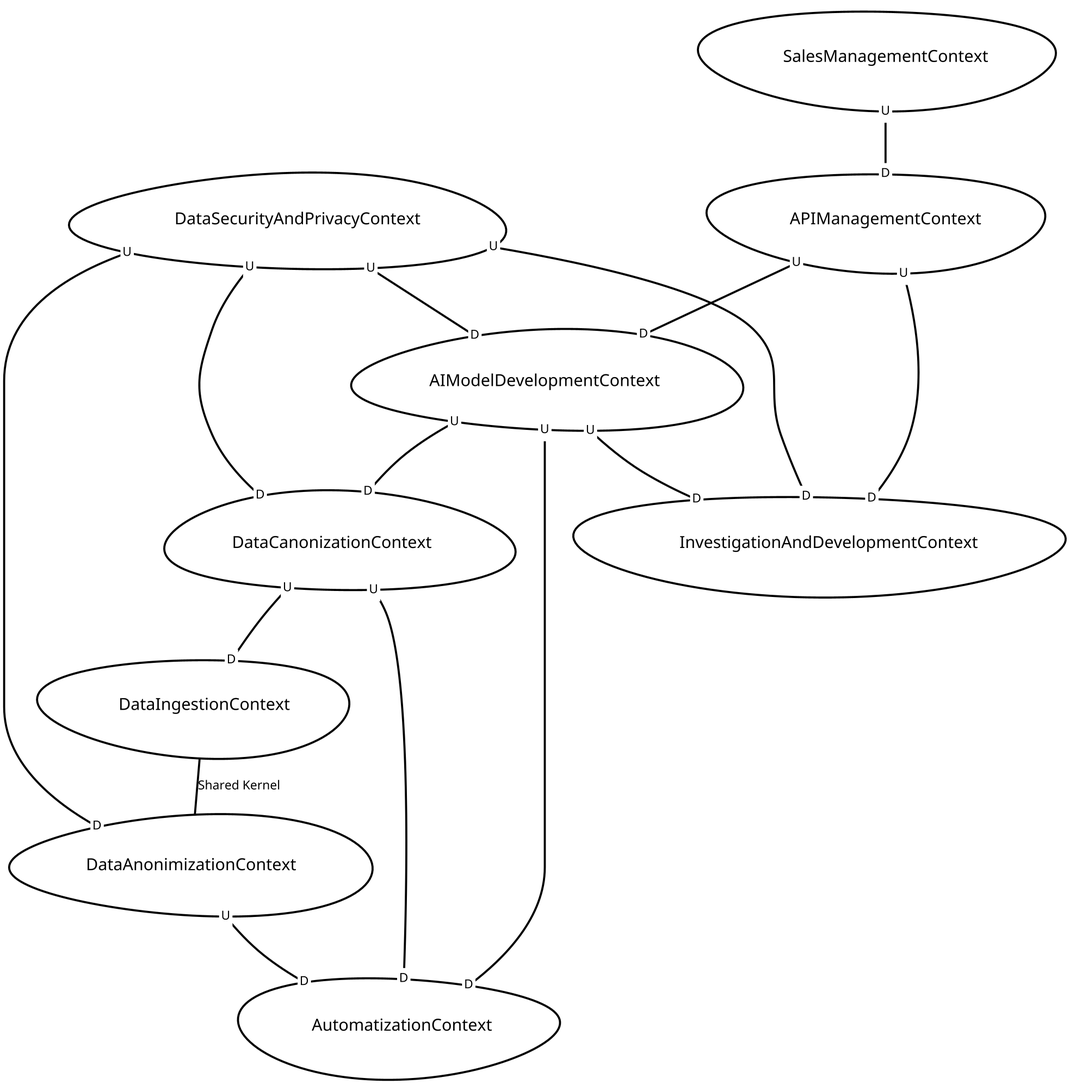
The Graphviz diagram src-gen/To-Be_ContextMap.png in caromerom1/apps-no-monoliticas, before a commit. Its source is kept beside it as src-gen/To-Be_ContextMap.gv.
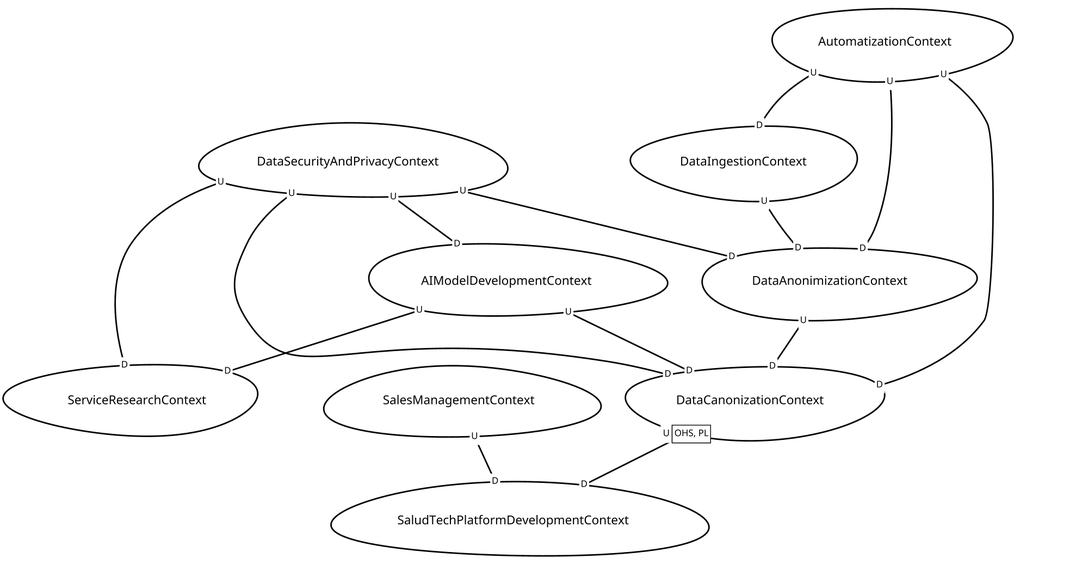
The same file after the commit.

Diff of the diagram source:
```diff
@@ -1,51 +1,55 @@
 digraph "ContextMapGraph" {
 graph ["imagepath"="/tmp/GraphvizJava"]
-"AIModelDevelopmentContext" ["margin"="0.3","orientation"="342","shape"="egg","fontsize"="16","style"="bold","label"="AIModelDevelopmentContext\n","fontname"="sans-serif"]
-"DataCanonizationContext" ["margin"="0.3","orientation"="1","shape"="egg","fontsize"="16","style"="bold","label"="DataCanonizationContext\n","fontname"="sans-serif"]
-"DataIngestionContext" ["margin"="0.3","orientation"="152","shape"="egg","fontsize"="16","style"="bold","label"="DataIngestionContext\n","fontname"="sans-serif"]
-"DataAnonimizationContext" ["margin"="0.3","orientation"="247","shape"="egg","fontsize"="16","style"="bold","label"="DataAnonimizationContext\n","fontname"="sans-serif"]
-"AutomatizationContext" ["margin"="0.3","orientation"="286","shape"="egg","fontsize"="16","style"="bold","label"="AutomatizationContext\n","fontname"="sans-serif"]
-"InvestigationAndDevelopmentContext" ["margin"="0.3","orientation"="109","shape"="egg","fontsize"="16","style"="bold","label"="InvestigationAndDevelopmentContext\n","fontname"="sans-serif"]
-"APIManagementContext" ["margin"="0.3","orientation"="168","shape"="egg","fontsize"="16","style"="bold","label"="APIManagementContext\n","fontname"="sans-serif"]
-"DataSecurityAndPrivacyContext" ["margin"="0.3","orientation"="345","shape"="egg","fontsize"="16","style"="bold","label"="DataSecurityAndPrivacyContext\n","fontname"="sans-serif"]
-"SalesManagementContext" ["margin"="0.3","orientation"="298","shape"="egg","fontsize"="16","style"="bold","label"="SalesManagementContext\n","fontname"="sans-serif"]
+"AIModelDevelopmentContext" ["margin"="0.3","orientation"="105","shape"="egg","fontsize"="16","style"="bold","label"="AIModelDevelopmentContext\n","fontname"="sans-serif"]
+"DataCanonizationContext" ["margin"="0.3","orientation"="182","shape"="egg","fontsize"="16","style"="bold","label"="DataCanonizationContext\n","fontname"="sans-serif"]
+"SaludTechPlatformDevelopmentContext" ["margin"="0.3","orientation"="40","shape"="egg","fontsize"="16","style"="bold","label"="SaludTechPlatformDevelopmentContext\n","fontname"="sans-serif"]
+"ServiceResearchContext" ["margin"="0.3","orientation"="26","shape"="egg","fontsize"="16","style"="bold","label"="ServiceResearchContext\n","fontname"="sans-serif"]
+"AutomatizationContext" ["margin"="0.3","orientation"="296","shape"="egg","fontsize"="16","style"="bold","label"="AutomatizationContext\n","fontname"="sans-serif"]
+"DataAnonimizationContext" ["margin"="0.3","orientation"="79","shape"="egg","fontsize"="16","style"="bold","label"="DataAnonimizationContext\n","fontname"="sans-serif"]
+"DataIngestionContext" ["margin"="0.3","orientation"="71","shape"="egg","fontsize"="16","style"="bold","label"="DataIngestionContext\n","fontname"="sans-serif"]
+"DataSecurityAndPrivacyContext" ["margin"="0.3","orientation"="79","shape"="egg","fontsize"="16","style"="bold","label"="DataSecurityAndPrivacyContext\n","fontname"="sans-serif"]
+"SalesManagementContext" ["margin"="0.3","orientation"="47","shape"="egg","fontsize"="16","style"="bold","label"="SalesManagementContext\n","fontname"="sans-serif"]
 "AIModelDevelopmentContext" -> "DataCanonizationContext" ["headlabel"=<<table cellspacing="0" cellborder="0" border="0">
 <tr><td bgcolor="white">D</td></tr>
 </table>>,"labeldistance"="0","fontsize"="12","taillabel"=<<table cellspacing="0" cellborder="0" border="0">
 <tr><td bgcolor="white">U</td></tr>
 </table>>,"style"="bold","label"="                                        ","dir"="none","fontname"="sans-serif"]
-"AIModelDevelopmentContext" -> "AutomatizationContext" ["headlabel"=<<table cellspacing="0" cellborder="0" border="0">
+"AIModelDevelopmentContext" -> "ServiceResearchContext" ["headlabel"=<<table cellspacing="0" cellborder="0" border="0">
 <tr><td bgcolor="white">D</td></tr>
 </table>>,"labeldistance"="0","fontsize"="12","taillabel"=<<table cellspacing="0" cellborder="0" border="0">
 <tr><td bgcolor="white">U</td></tr>
 </table>>,"style"="bold","label"="                                        ","dir"="none","fontname"="sans-serif"]
-"AIModelDevelopmentContext" -> "InvestigationAndDevelopmentContext" ["headlabel"=<<table cellspacing="0" cellborder="0" border="0">
+"DataCanonizationContext" -> "SaludTechPlatformDevelopmentContext" ["headlabel"=<<table cellspacing="0" cellborder="0" border="0">
+<tr><td bgcolor="white">D</td></tr>
+</table>>,"labeldistance"="0","fontsize"="12","taillabel"=<<table cellspacing="0" cellborder="1" border="0">
+<tr><td bgcolor="white" sides="r">U</td><td sides="trbl" bgcolor="white"><font>OHS, PL</font></td></tr>
+</table>>,"style"="bold","label"="                                        ","dir"="none","fontname"="sans-serif"]
+"AutomatizationContext" -> "DataCanonizationContext" ["headlabel"=<<table cellspacing="0" cellborder="0" border="0">
 <tr><td bgcolor="white">D</td></tr>
 </table>>,"labeldistance"="0","fontsize"="12","taillabel"=<<table cellspacing="0" cellborder="0" border="0">
 <tr><td bgcolor="white">U</td></tr>
 </table>>,"style"="bold","label"="                                        ","dir"="none","fontname"="sans-serif"]
-"DataCanonizationContext" -> "DataIngestionContext" ["headlabel"=<<table cellspacing="0" cellborder="0" border="0">
+"AutomatizationContext" -> "DataAnonimizationContext" ["headlabel"=<<table cellspacing="0" cellborder="0" border="0">
 <tr><td bgcolor="white">D</td></tr>
 </table>>,"labeldistance"="0","fontsize"="12","taillabel"=<<table cellspacing="0" cellborder="0" border="0">
 <tr><td bgcolor="white">U</td></tr>
 </table>>,"style"="bold","label"="                                        ","dir"="none","fontname"="sans-serif"]
-"DataCanonizationContext" -> "AutomatizationContext" ["headlabel"=<<table cellspacing="0" cellborder="0" border="0">
+"AutomatizationContext" -> "DataIngestionContext" ["headlabel"=<<table cellspacing="0" cellborder="0" border="0">
 <tr><td bgcolor="white">D</td></tr>
 </table>>,"labeldistance"="0","fontsize"="12","taillabel"=<<table cellspacing="0" cellborder="0" border="0">
 <tr><td bgcolor="white">U</td></tr>
 </table>>,"style"="bold","label"="                                        ","dir"="none","fontname"="sans-serif"]
-"DataIngestionContext" -> "DataAnonimizationContext" ["fontsize"="12","style"="bold","label"="Shared Kernel","dir"="none","fontname"="sans-serif"]
-"DataAnonimizationContext" -> "AutomatizationContext" ["headlabel"=<<table cellspacing="0" cellborder="0" border="0">
+"DataAnonimizationContext" -> "DataCanonizationContext" ["headlabel"=<<table cellspacing="0" cellborder="0" border="0">
 <tr><td bgcolor="white">D</td></tr>
 </table>>,"labeldistance"="0","fontsize"="12","taillabel"=<<table cellspacing="0" cellborder="0" border="0">
 <tr><td bgcolor="white">U</td></tr>
 </table>>,"style"="bold","label"="                                        ","dir"="none","fontname"="sans-serif"]
-"APIManagementContext" -> "InvestigationAndDevelopmentContext" ["headlabel"=<<table cellspacing="0" cellborder="0" border="0">
+"DataIngestionContext" -> "DataAnonimizationContext" ["headlabel"=<<table cellspacing="0" cellborder="0" border="0">
 <tr><td bgcolor="white">D</td></tr>
 </table>>,"labeldistance"="0","fontsize"="12","taillabel"=<<table cellspacing="0" cellborder="0" border="0">
 <tr><td bgcolor="white">U</td></tr>
 </table>>,"style"="bold","label"="                                        ","dir"="none","fontname"="sans-serif"]
-"APIManagementContext" -> "AIModelDevelopmentContext" ["headlabel"=<<table cellspacing="0" cellborder="0" border="0">
+"DataSecurityAndPrivacyContext" -> "AIModelDevelopmentContext" ["headlabel"=<<table cellspacing="0" cellborder="0" border="0">
 <tr><td bgcolor="white">D</td></tr>
 </table>>,"labeldistance"="0","fontsize"="12","taillabel"=<<table cellspacing="0" cellborder="0" border="0">
 <tr><td bgcolor="white">U</td></tr>
@@ -60,17 +64,12 @@
 </table>>,"labeldistance"="0","fontsize"="12","taillabel"=<<table cellspacing="0" cellborder="0" border="0">
 <tr><td bgcolor="white">U</td></tr>
 </table>>,"style"="bold","label"="                                        ","dir"="none","fontname"="sans-serif"]
-"DataSecurityAndPrivacyContext" -> "AIModelDevelopmentContext" ["headlabel"=<<table cellspacing="0" cellborder="0" border="0">
+"DataSecurityAndPrivacyContext" -> "ServiceResearchContext" ["headlabel"=<<table cellspacing="0" cellborder="0" border="0">
 <tr><td bgcolor="white">D</td></tr>
 </table>>,"labeldistance"="0","fontsize"="12","taillabel"=<<table cellspacing="0" cellborder="0" border="0">
 <tr><td bgcolor="white">U</td></tr>
 </table>>,"style"="bold","label"="                                        ","dir"="none","fontname"="sans-serif"]
-"DataSecurityAndPrivacyContext" -> "InvestigationAndDevelopmentContext" ["headlabel"=<<table cellspacing="0" cellborder="0" border="0">
-<tr><td bgcolor="white">D</td></tr>
-</table>>,"labeldistance"="0","fontsize"="12","taillabel"=<<table cellspacing="0" cellborder="0" border="0">
-<tr><td bgcolor="white">U</td></tr>
-</table>>,"style"="bold","label"="                                        ","dir"="none","fontname"="sans-serif"]
-"SalesManagementContext" -> "APIManagementContext" ["headlabel"=<<table cellspacing="0" cellborder="0" border="0">
+"SalesManagementContext" -> "SaludTechPlatformDevelopmentContext" ["headlabel"=<<table cellspacing="0" cellborder="0" border="0">
 <tr><td bgcolor="white">D</td></tr>
 </table>>,"labeldistance"="0","fontsize"="12","taillabel"=<<table cellspacing="0" cellborder="0" border="0">
 <tr><td bgcolor="white">U</td></tr>
```
